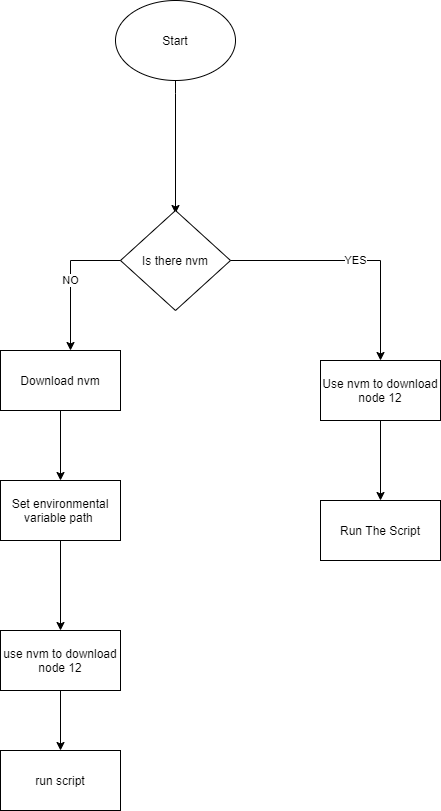
Before: implementationflow.png, a diagram exported from draw.io (sammychinedu2ky/powershellautomation). Source tidied: cells renumbered, new cells last; positions are measured from the earlier drawing's top-left corner, leaving out a move shared by most shapes.
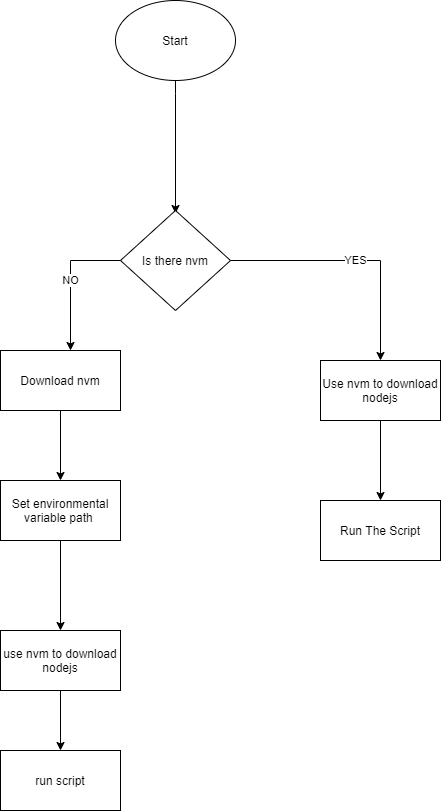
The same diagram one commit later.

What changed in the source:
```diff
@@ -44,7 +44,7 @@
     <mxCell id="10" style="edgeStyle=orthogonalEdgeStyle;rounded=0;jettySize=auto;html=1;" parent="1" edge="1" source="11" target="12">
       <mxGeometry relative="1" as="geometry" />
     </mxCell>
-    <mxCell id="11" value="Use nvm to download node 12" style="rounded=0;whiteSpace=wrap;html=1;" parent="1" vertex="1">
+    <mxCell id="11" value="Use nvm to download nodejs" style="rounded=0;whiteSpace=wrap;html=1;" parent="1" vertex="1">
       <mxGeometry x="320" y="360" width="120" height="60" as="geometry" />
     </mxCell>
     <mxCell id="12" value="Run The Script" style="rounded=0;whiteSpace=wrap;html=1;" parent="1" vertex="1">
@@ -53,7 +53,7 @@
     <mxCell id="13" style="edgeStyle=orthogonalEdgeStyle;rounded=0;jettySize=auto;html=1;" parent="1" edge="1" source="14" target="15">
       <mxGeometry relative="1" as="geometry" />
     </mxCell>
-    <mxCell id="14" value="use nvm to download node 12" style="rounded=0;whiteSpace=wrap;html=1;" parent="1" vertex="1">
+    <mxCell id="14" value="use nvm to download nodejs" style="rounded=0;whiteSpace=wrap;html=1;" parent="1" vertex="1">
       <mxGeometry y="630" width="120" height="60" as="geometry" />
     </mxCell>
     <mxCell id="15" value="run script" style="rounded=0;whiteSpace=wrap;html=1;" parent="1" vertex="1">
```
